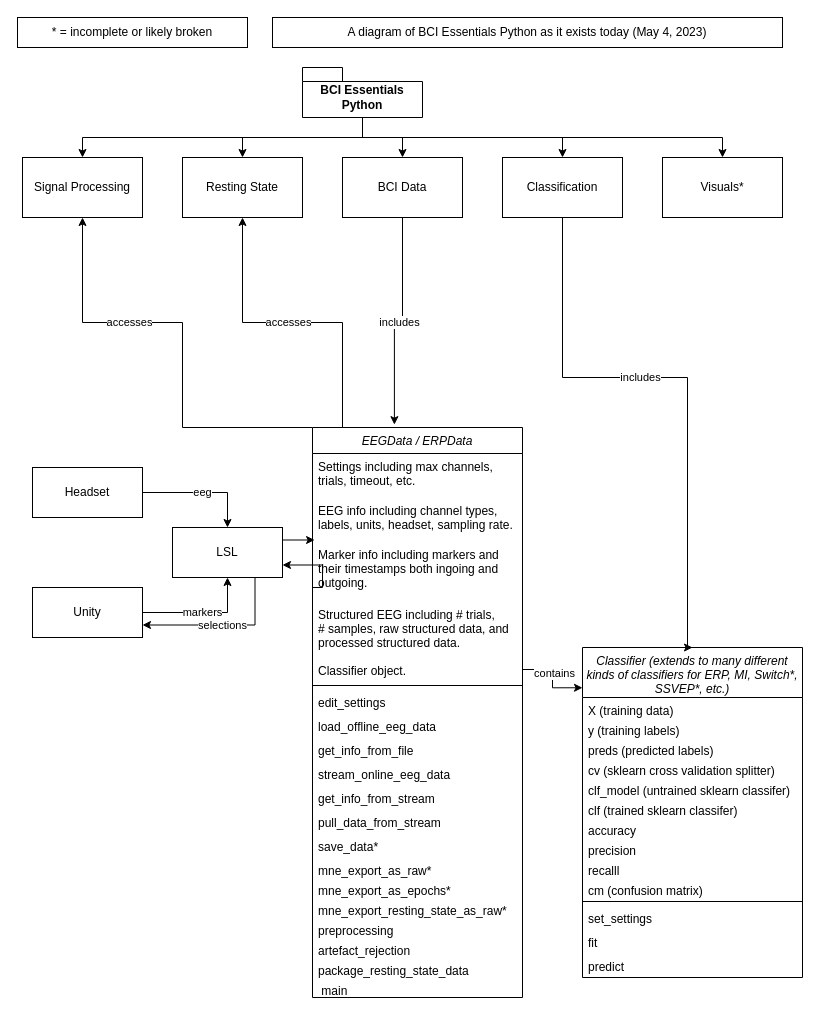
Before: docs/bci_essentials_diagram.drawio in kirtonBCIlab/bci-essentials-python, a draw.io diagram. Source tidied: cells renumbered, new cells numbered last; positions are measured from the earlier drawing's top-left corner, leaving out a move shared by most shapes. Both pictures are drawn from the tidied source at 100%, with x=0, y=0 at pixel (17, 17).
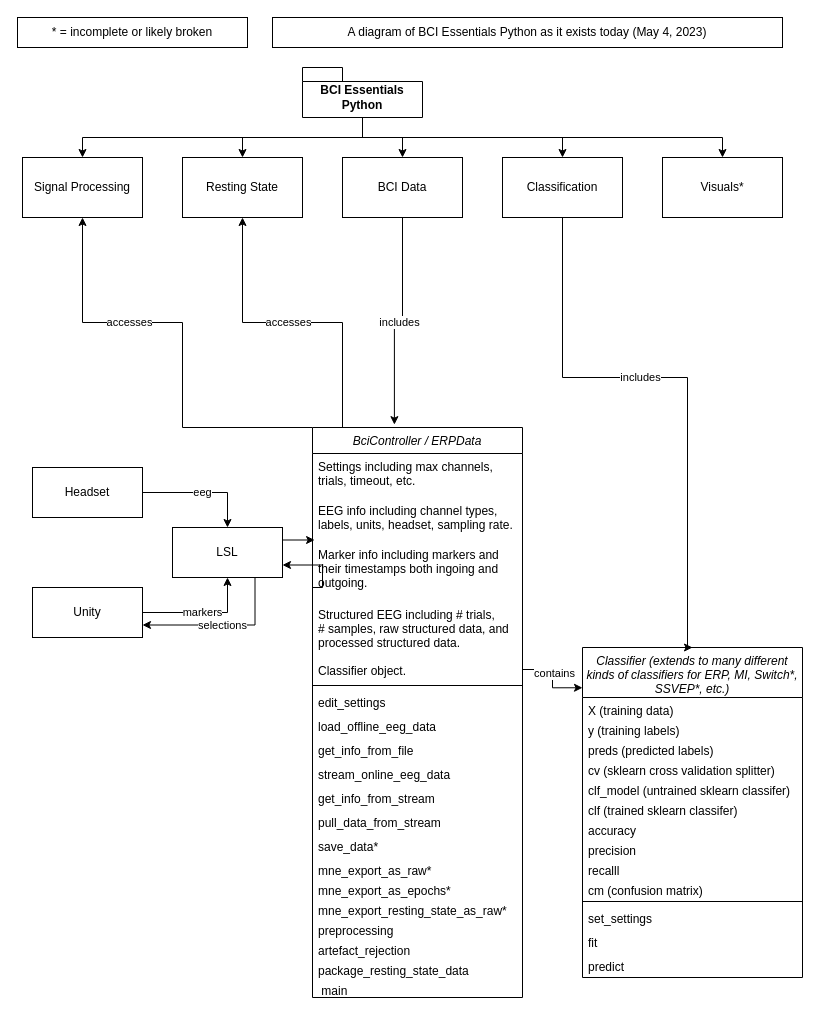
The same diagram, later.

What changed in the source:
```diff
@@
-    <mxCell id="4" value="EEGData / ERPData" style="swimlane;fontStyle=2;align=center;verticalAlign=top;horizontal=1;startSize=26;rounded=0;shadow=0;strokeWidth=1;" parent="1" vertex="1">
+    <mxCell id="4" value="BciController / ERPData" style="swimlane;fontStyle=2;align=center;verticalAlign=top;horizontal=1;startSize=26;rounded=0;shadow=0;strokeWidth=1;" parent="1" vertex="1">
       <mxGeometry x="295" y="410" width="210" height="570" as="geometry" />
     </mxCell>
```
